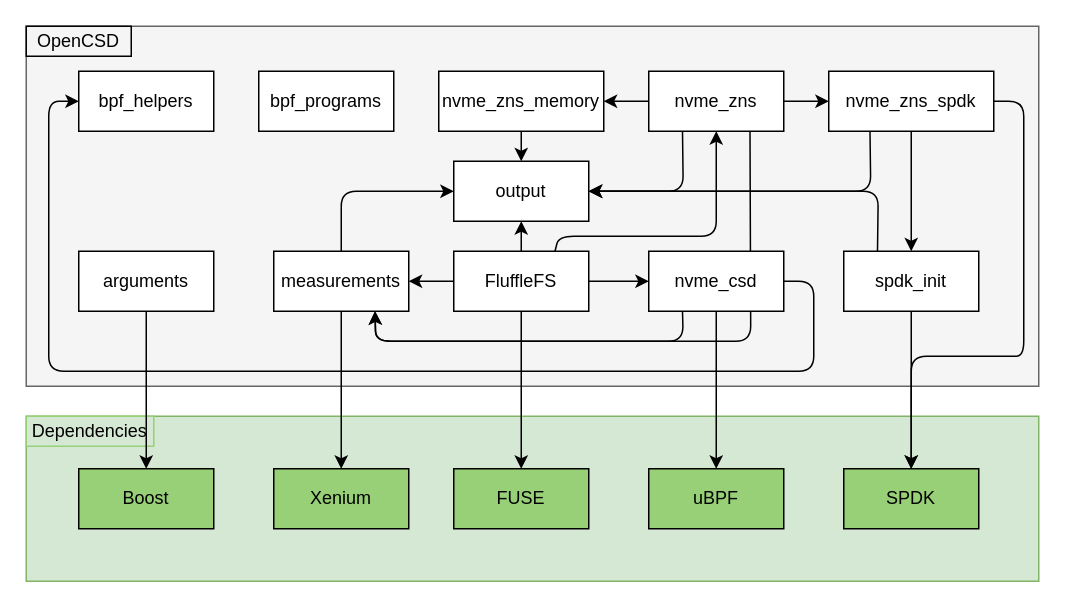
This is thesis/resources/drawio/module-dependencies.drawio from Dantali0n/OpenCSD, a draw.io file, before an edit. Source tidied: cells renumbered, new cells numbered last; positions are measured from the earlier drawing's top-left corner, leaving out a move shared by most shapes. Both pictures are drawn from the tidied source at 150%, with x=0, y=0 at pixel (26, 26).
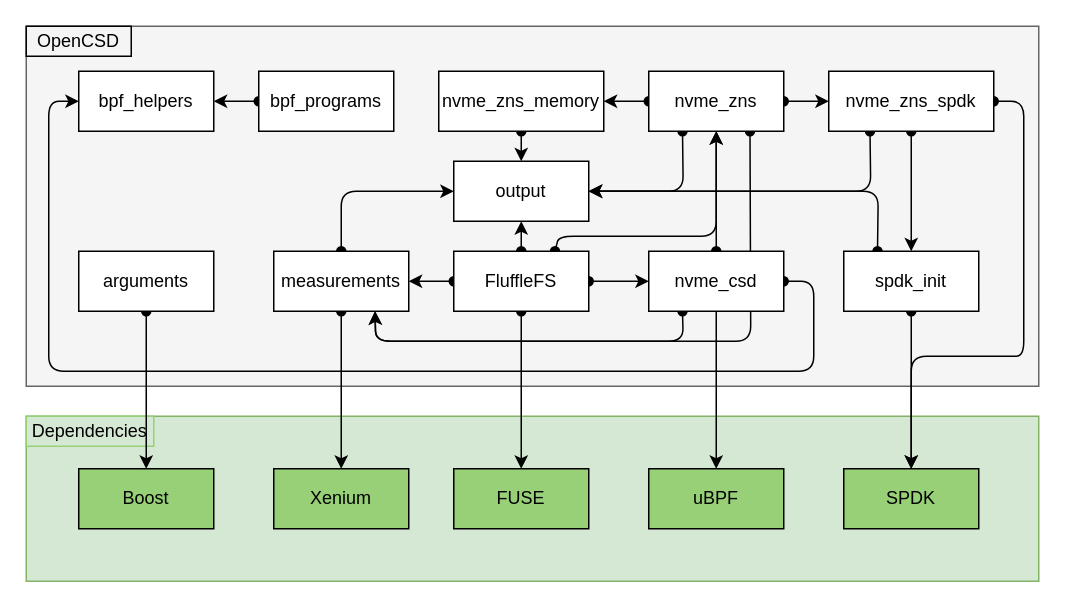
The same page after the edit.

The change refers to these unchanged cells:
```xml
<mxCell id="8" value="bpf_helpers" style="rounded=0;whiteSpace=wrap;html=1;" parent="1" vertex="1">
  <mxGeometry x="35" y="30" width="90" height="40" as="geometry" />
</mxCell>
<mxCell id="13" value="output" style="rounded=0;whiteSpace=wrap;html=1;" parent="1" vertex="1">
  <mxGeometry x="285" y="90" width="90" height="40" as="geometry" />
</mxCell>
<mxCell id="17" value="Boost" style="rounded=0;whiteSpace=wrap;html=1;fillColor=#97D077;" parent="16" vertex="1">
  <mxGeometry width="90" height="40" as="geometry" />
</mxCell>
<mxCell id="20" value="Xenium" style="rounded=0;whiteSpace=wrap;html=1;fillColor=#97D077;" parent="19" vertex="1">
  <mxGeometry width="90" height="40" as="geometry" />
</mxCell>
<mxCell id="26" value="SPDK" style="rounded=0;whiteSpace=wrap;html=1;fillColor=#97D077;" parent="25" vertex="1">
  <mxGeometry width="90" height="40" as="geometry" />
</mxCell>
<mxCell id="28" value="FUSE" style="rounded=0;whiteSpace=wrap;html=1;fillColor=#97D077;" parent="27" vertex="1">
  <mxGeometry width="90" height="40" as="geometry" />
</mxCell>
<mxCell id="50" value="nvme_csd" style="rounded=0;whiteSpace=wrap;html=1;" parent="1" vertex="1">
  <mxGeometry x="415" y="150" width="90" height="40" as="geometry" />
</mxCell>
```

The edit, as a diff of the source:
```diff
@@
-    <mxCell id="6" value="arguments" style="rounded=0;whiteSpace=wrap;html=1;" parent="1" vertex="1">
-      <mxGeometry x="35" y="150" width="90" height="40" as="geometry" />
-    </mxCell>
-    <mxCell id="7" value="measurements" style="rounded=0;whiteSpace=wrap;html=1;" parent="1" vertex="1">
-      <mxGeometry x="165" y="150" width="90" height="40" as="geometry" />
-    </mxCell>
@@
-    <mxCell id="9" value="bpf_programs" style="rounded=0;whiteSpace=wrap;html=1;" parent="1" vertex="1">
-      <mxGeometry x="155" y="30" width="90" height="40" as="geometry" />
-    </mxCell>
-    <mxCell id="10" value="FluffleFS" style="rounded=0;whiteSpace=wrap;html=1;" parent="1" vertex="1">
-      <mxGeometry x="285" y="150" width="90" height="40" as="geometry" />
-    </mxCell>
-    <mxCell id="11" value="nvme_zns" style="rounded=0;whiteSpace=wrap;html=1;" parent="1" vertex="1">
-      <mxGeometry x="415" y="30" width="90" height="40" as="geometry" />
-    </mxCell>
-    <mxCell id="12" value="nvme_zns_memory" style="rounded=0;whiteSpace=wrap;html=1;" parent="1" vertex="1">
-      <mxGeometry x="275" y="30" width="110" height="40" as="geometry" />
-    </mxCell>
@@
-    <mxCell id="14" value="spdk_init" style="rounded=0;whiteSpace=wrap;html=1;" parent="1" vertex="1">
-      <mxGeometry x="545" y="150" width="90" height="40" as="geometry" />
-    </mxCell>
@@
-    <mxCell id="29" style="endArrow=classic;html=1;fillColor=#ffffff;fontSize=10;exitX=0.5;exitY=1;exitDx=0;exitDy=0;entryX=0.5;entryY=0;entryDx=0;entryDy=0;" parent="1" edge="1" source="6" target="17">
+    <mxCell id="29" style="endArrow=classic;html=1;fillColor=#ffffff;fontSize=10;exitX=0.5;exitY=1;exitDx=0;exitDy=0;entryX=0.5;entryY=0;entryDx=0;entryDy=0;startArrow=oval;startFill=1;" parent="1" edge="1" source="6" target="17">
       <mxGeometry relative="1" as="geometry" />
     </mxCell>
-    <mxCell id="30" style="endArrow=classic;html=1;fillColor=#ffffff;fontSize=10;exitX=0.5;exitY=1;exitDx=0;exitDy=0;entryX=0.5;entryY=0;entryDx=0;entryDy=0;" parent="1" edge="1" source="7" target="20">
+    <mxCell id="30" style="endArrow=classic;html=1;fillColor=#ffffff;fontSize=10;exitX=0.5;exitY=1;exitDx=0;exitDy=0;entryX=0.5;entryY=0;entryDx=0;entryDy=0;startArrow=oval;startFill=1;" parent="1" edge="1" source="7" target="20">
       <mxGeometry relative="1" as="geometry" />
     </mxCell>
-    <mxCell id="31" style="endArrow=classic;html=1;fillColor=#ffffff;fontSize=10;exitX=0.5;exitY=1;exitDx=0;exitDy=0;entryX=0.5;entryY=0;entryDx=0;entryDy=0;" parent="1" edge="1" source="10" target="28">
+    <mxCell id="31" style="endArrow=classic;html=1;fillColor=#ffffff;fontSize=10;exitX=0.5;exitY=1;exitDx=0;exitDy=0;entryX=0.5;entryY=0;entryDx=0;entryDy=0;startArrow=oval;startFill=1;" parent="1" edge="1" source="10" target="28">
       <mxGeometry relative="1" as="geometry" />
     </mxCell>
@@
-    <mxCell id="33" value="nvme_zns_spdk" style="rounded=0;whiteSpace=wrap;html=1;" parent="1" vertex="1">
-      <mxGeometry x="535" y="30" width="110" height="40" as="geometry" />
-    </mxCell>
-    <mxCell id="34" style="endArrow=classic;html=1;fillColor=#ffffff;fontSize=10;exitX=0.5;exitY=1;exitDx=0;exitDy=0;entryX=0.5;entryY=0;entryDx=0;entryDy=0;" parent="1" edge="1" source="14" target="26">
+    <mxCell id="34" style="endArrow=classic;html=1;fillColor=#ffffff;fontSize=10;exitX=0.5;exitY=1;exitDx=0;exitDy=0;entryX=0.5;entryY=0;entryDx=0;entryDy=0;startArrow=oval;startFill=1;" parent="1" edge="1" source="14" target="26">
       <mxGeometry relative="1" as="geometry" />
     </mxCell>
-    <mxCell id="35" style="endArrow=classic;html=1;fillColor=#ffffff;fontSize=10;exitX=1;exitY=0.5;exitDx=0;exitDy=0;entryX=0.5;entryY=0;entryDx=0;entryDy=0;" parent="1" edge="1" source="33" target="26">
+    <mxCell id="35" style="endArrow=classic;html=1;fillColor=#ffffff;fontSize=10;exitX=1;exitY=0.5;exitDx=0;exitDy=0;entryX=0.5;entryY=0;entryDx=0;entryDy=0;startArrow=oval;startFill=1;" parent="1" edge="1" source="33" target="26">
       <mxGeometry relative="1" as="geometry">
         <Array as="points">
           <mxPoint x="665" y="50" />
           <mxPoint x="665" y="220" />
           <mxPoint x="655" y="220" />
           <mxPoint x="590" y="220" />
         </Array>
       </mxGeometry>
     </mxCell>
-    <mxCell id="36" style="endArrow=classic;html=1;fillColor=#ffffff;fontSize=10;exitX=0.5;exitY=0;exitDx=0;exitDy=0;entryX=0.5;entryY=1;entryDx=0;entryDy=0;" parent="1" edge="1" source="10" target="13">
+    <mxCell id="36" style="endArrow=classic;html=1;fillColor=#ffffff;fontSize=10;exitX=0.5;exitY=0;exitDx=0;exitDy=0;entryX=0.5;entryY=1;entryDx=0;entryDy=0;startArrow=oval;startFill=1;" parent="1" edge="1" source="10" target="13">
       <mxGeometry relative="1" as="geometry" />
     </mxCell>
-    <mxCell id="37" style="endArrow=classic;html=1;fillColor=#ffffff;fontSize=10;exitX=1;exitY=0.5;exitDx=0;exitDy=0;entryX=0;entryY=0.5;entryDx=0;entryDy=0;" parent="1" edge="1" source="10" target="50">
+    <mxCell id="37" style="endArrow=classic;html=1;fillColor=#ffffff;fontSize=10;exitX=1;exitY=0.5;exitDx=0;exitDy=0;entryX=0;entryY=0.5;entryDx=0;entryDy=0;startArrow=oval;startFill=1;" parent="1" edge="1" source="10" target="50">
       <mxGeometry relative="1" as="geometry" />
     </mxCell>
-    <mxCell id="38" style="endArrow=classic;html=1;fillColor=#ffffff;fontSize=10;exitX=0;exitY=0.5;exitDx=0;exitDy=0;entryX=1;entryY=0.5;entryDx=0;entryDy=0;" parent="1" edge="1" source="10" target="7">
+    <mxCell id="38" style="endArrow=classic;html=1;fillColor=#ffffff;fontSize=10;exitX=0;exitY=0.5;exitDx=0;exitDy=0;entryX=1;entryY=0.5;entryDx=0;entryDy=0;startArrow=oval;startFill=1;" parent="1" edge="1" source="10" target="7">
       <mxGeometry relative="1" as="geometry" />
     </mxCell>
-    <mxCell id="39" style="endArrow=classic;html=1;fillColor=#ffffff;fontSize=10;entryX=0.5;entryY=1;entryDx=0;entryDy=0;exitX=0.75;exitY=0;exitDx=0;exitDy=0;" parent="1" edge="1" source="10" target="11">
+    <mxCell id="39" style="endArrow=classic;html=1;fillColor=#ffffff;fontSize=10;entryX=0.5;entryY=1;entryDx=0;entryDy=0;exitX=0.75;exitY=0;exitDx=0;exitDy=0;startArrow=oval;startFill=1;" parent="1" edge="1" source="10" target="11">
       <mxGeometry relative="1" as="geometry">
         <Array as="points">
           <mxPoint x="355" y="140" />
           <mxPoint x="460" y="140" />
         </Array>
       </mxGeometry>
     </mxCell>
-    <mxCell id="40" style="endArrow=classic;html=1;fillColor=#ffffff;fontSize=10;exitX=0;exitY=0.5;exitDx=0;exitDy=0;entryX=1;entryY=0.5;entryDx=0;entryDy=0;" parent="1" edge="1" source="11" target="12">
+    <mxCell id="40" style="endArrow=classic;html=1;fillColor=#ffffff;fontSize=10;exitX=0;exitY=0.5;exitDx=0;exitDy=0;entryX=1;entryY=0.5;entryDx=0;entryDy=0;startArrow=oval;startFill=1;" parent="1" edge="1" source="11" target="12">
       <mxGeometry relative="1" as="geometry" />
     </mxCell>
-    <mxCell id="41" style="endArrow=classic;html=1;fillColor=#ffffff;fontSize=10;exitX=1;exitY=0.5;exitDx=0;exitDy=0;" parent="1" edge="1" source="11" target="33">
+    <mxCell id="41" style="endArrow=classic;html=1;fillColor=#ffffff;fontSize=10;exitX=1;exitY=0.5;exitDx=0;exitDy=0;startArrow=oval;startFill=1;" parent="1" edge="1" source="11" target="33">
       <mxGeometry relative="1" as="geometry" />
     </mxCell>
-    <mxCell id="42" style="endArrow=classic;html=1;fillColor=#ffffff;fontSize=10;exitX=0.5;exitY=0;exitDx=0;exitDy=0;entryX=0;entryY=0.5;entryDx=0;entryDy=0;" parent="1" edge="1" source="7" target="13">
+    <mxCell id="42" style="endArrow=classic;html=1;fillColor=#ffffff;fontSize=10;exitX=0.5;exitY=0;exitDx=0;exitDy=0;entryX=0;entryY=0.5;entryDx=0;entryDy=0;startArrow=oval;startFill=1;" parent="1" edge="1" source="7" target="13">
       <mxGeometry relative="1" as="geometry">
         <Array as="points">
           <mxPoint x="210" y="110" />
         </Array>
       </mxGeometry>
     </mxCell>
-    <mxCell id="43" style="endArrow=classic;html=1;fillColor=#ffffff;fontSize=10;exitX=0.25;exitY=1;exitDx=0;exitDy=0;entryX=1;entryY=0.5;entryDx=0;entryDy=0;" parent="1" edge="1" source="11" target="13">
+    <mxCell id="43" style="endArrow=classic;html=1;fillColor=#ffffff;fontSize=10;exitX=0.25;exitY=1;exitDx=0;exitDy=0;entryX=1;entryY=0.5;entryDx=0;entryDy=0;startArrow=oval;startFill=1;" parent="1" edge="1" source="11" target="13">
       <mxGeometry relative="1" as="geometry">
         <Array as="points">
           <mxPoint x="438" y="110" />
         </Array>
       </mxGeometry>
     </mxCell>
-    <mxCell id="44" style="endArrow=classic;html=1;fillColor=#ffffff;fontSize=10;exitX=0.5;exitY=1;exitDx=0;exitDy=0;entryX=0.5;entryY=0;entryDx=0;entryDy=0;" parent="1" edge="1" source="33" target="14">
+    <mxCell id="44" style="endArrow=classic;html=1;fillColor=#ffffff;fontSize=10;exitX=0.5;exitY=1;exitDx=0;exitDy=0;entryX=0.5;entryY=0;entryDx=0;entryDy=0;startArrow=oval;startFill=1;" parent="1" edge="1" source="33" target="14">
       <mxGeometry relative="1" as="geometry" />
     </mxCell>
-    <mxCell id="45" style="endArrow=classic;html=1;fillColor=#ffffff;fontSize=10;exitX=0.5;exitY=1;exitDx=0;exitDy=0;entryX=0.5;entryY=0;entryDx=0;entryDy=0;" parent="1" edge="1" source="12" target="13">
+    <mxCell id="45" style="endArrow=classic;html=1;fillColor=#ffffff;fontSize=10;exitX=0.5;exitY=1;exitDx=0;exitDy=0;entryX=0.5;entryY=0;entryDx=0;entryDy=0;startArrow=oval;startFill=1;" parent="1" edge="1" source="12" target="13">
       <mxGeometry relative="1" as="geometry" />
     </mxCell>
-    <mxCell id="46" style="endArrow=classic;html=1;fillColor=#ffffff;fontSize=10;exitX=0.75;exitY=1;exitDx=0;exitDy=0;entryX=0.75;entryY=1;entryDx=0;entryDy=0;" parent="1" edge="1" source="11" target="7">
+    <mxCell id="46" style="endArrow=classic;html=1;fillColor=#ffffff;fontSize=10;exitX=0.75;exitY=1;exitDx=0;exitDy=0;entryX=0.75;entryY=1;entryDx=0;entryDy=0;startArrow=oval;startFill=1;" parent="1" edge="1" source="11" target="7">
       <mxGeometry relative="1" as="geometry">
         <Array as="points">
           <mxPoint x="483" y="210" />
           <mxPoint x="233" y="210" />
         </Array>
       </mxGeometry>
     </mxCell>
-    <mxCell id="47" style="endArrow=classic;html=1;fillColor=#ffffff;fontSize=10;exitX=0.25;exitY=1;exitDx=0;exitDy=0;entryX=1;entryY=0.5;entryDx=0;entryDy=0;" parent="1" edge="1" source="33" target="13">
+    <mxCell id="47" style="endArrow=classic;html=1;fillColor=#ffffff;fontSize=10;exitX=0.25;exitY=1;exitDx=0;exitDy=0;entryX=1;entryY=0.5;entryDx=0;entryDy=0;startArrow=oval;startFill=1;" parent="1" edge="1" source="33" target="13">
       <mxGeometry relative="1" as="geometry">
         <Array as="points">
           <mxPoint x="563" y="110" />
         </Array>
       </mxGeometry>
     </mxCell>
-    <mxCell id="48" style="endArrow=classic;html=1;fillColor=#ffffff;fontSize=10;exitX=0.25;exitY=0;exitDx=0;exitDy=0;entryX=1;entryY=0.5;entryDx=0;entryDy=0;" parent="1" edge="1" source="14" target="13">
+    <mxCell id="48" style="endArrow=classic;html=1;fillColor=#ffffff;fontSize=10;exitX=0.25;exitY=0;exitDx=0;exitDy=0;entryX=1;entryY=0.5;entryDx=0;entryDy=0;startArrow=oval;startFill=1;" parent="1" edge="1" source="14" target="13">
       <mxGeometry relative="1" as="geometry">
         <Array as="points">
           <mxPoint x="568" y="110" />
         </Array>
       </mxGeometry>
     </mxCell>
-    <mxCell id="49" style="endArrow=classic;html=1;fillColor=#ffffff;fontSize=10;exitX=0.25;exitY=1;exitDx=0;exitDy=0;entryX=0.75;entryY=1;entryDx=0;entryDy=0;" parent="1" edge="1" source="50" target="7">
+    <mxCell id="49" style="endArrow=classic;html=1;fillColor=#ffffff;fontSize=10;exitX=0.25;exitY=1;exitDx=0;exitDy=0;entryX=0.75;entryY=1;entryDx=0;entryDy=0;startArrow=oval;startFill=1;" parent="1" edge="1" source="50" target="7">
       <mxGeometry relative="1" as="geometry">
         <Array as="points">
           <mxPoint x="438" y="210" />
           <mxPoint x="233" y="210" />
         </Array>
       </mxGeometry>
     </mxCell>
+    <mxCell id="51" style="endArrow=oval;html=1;fillColor=#ffffff;fontSize=10;exitX=0;exitY=0.5;exitDx=0;exitDy=0;entryX=1;entryY=0.5;entryDx=0;entryDy=0;endFill=1;startArrow=classic;startFill=1;" parent="1" edge="1" source="8" target="50">
+      <mxGeometry relative="1" as="geometry">
+        <Array as="points">
+          <mxPoint x="15" y="50" />
+          <mxPoint x="15" y="230" />
+          <mxPoint x="525" y="230" />
+          <mxPoint x="525" y="170" />
+        </Array>
+      </mxGeometry>
+    </mxCell>
+    <mxCell id="52" style="endArrow=classic;html=1;fillColor=#ffffff;fontSize=10;exitX=0;exitY=0.5;exitDx=0;exitDy=0;entryX=1;entryY=0.5;entryDx=0;entryDy=0;startArrow=oval;startFill=1;" parent="1" edge="1" source="9" target="8">
+      <mxGeometry relative="1" as="geometry" />
+    </mxCell>
+    <mxCell id="9" value="bpf_programs" style="rounded=0;whiteSpace=wrap;html=1;" parent="1" vertex="1">
+      <mxGeometry x="155" y="30" width="90" height="40" as="geometry" />
+    </mxCell>
+    <mxCell id="11" value="nvme_zns" style="rounded=0;whiteSpace=wrap;html=1;" parent="1" vertex="1">
+      <mxGeometry x="415" y="30" width="90" height="40" as="geometry" />
+    </mxCell>
+    <mxCell id="12" value="nvme_zns_memory" style="rounded=0;whiteSpace=wrap;html=1;" parent="1" vertex="1">
+      <mxGeometry x="275" y="30" width="110" height="40" as="geometry" />
+    </mxCell>
+    <mxCell id="10" value="FluffleFS" style="rounded=0;whiteSpace=wrap;html=1;" parent="1" vertex="1">
+      <mxGeometry x="285" y="150" width="90" height="40" as="geometry" />
+    </mxCell>
+    <mxCell id="7" value="measurements" style="rounded=0;whiteSpace=wrap;html=1;" parent="1" vertex="1">
+      <mxGeometry x="165" y="150" width="90" height="40" as="geometry" />
+    </mxCell>
+    <mxCell id="33" value="nvme_zns_spdk" style="rounded=0;whiteSpace=wrap;html=1;" parent="1" vertex="1">
+      <mxGeometry x="535" y="30" width="110" height="40" as="geometry" />
+    </mxCell>
+    <mxCell id="14" value="spdk_init" style="rounded=0;whiteSpace=wrap;html=1;" parent="1" vertex="1">
+      <mxGeometry x="545" y="150" width="90" height="40" as="geometry" />
+    </mxCell>
+    <mxCell id="6" value="arguments" style="rounded=0;whiteSpace=wrap;html=1;" parent="1" vertex="1">
+      <mxGeometry x="35" y="150" width="90" height="40" as="geometry" />
+    </mxCell>
+    <mxCell id="53" style="endArrow=classic;html=1;fillColor=#ffffff;fontSize=10;entryX=0.5;entryY=1;entryDx=0;entryDy=0;startArrow=oval;startFill=1;" parent="1" edge="1" source="50" target="11">
+      <mxGeometry relative="1" as="geometry">
+        <Array as="points">
+          <mxPoint x="460" y="120" />
+        </Array>
+      </mxGeometry>
+    </mxCell>
@@
-    <mxCell id="51" style="endArrow=none;html=1;fillColor=#ffffff;fontSize=10;exitX=0;exitY=0.5;exitDx=0;exitDy=0;entryX=1;entryY=0.5;entryDx=0;entryDy=0;endFill=0;startArrow=classic;startFill=1;" parent="1" edge="1" source="8" target="50">
-      <mxGeometry relative="1" as="geometry">
-        <Array as="points">
-          <mxPoint x="15" y="50" />
-          <mxPoint x="15" y="230" />
-          <mxPoint x="525" y="230" />
-          <mxPoint x="525" y="170" />
-        </Array>
-      </mxGeometry>
-    </mxCell>
```
